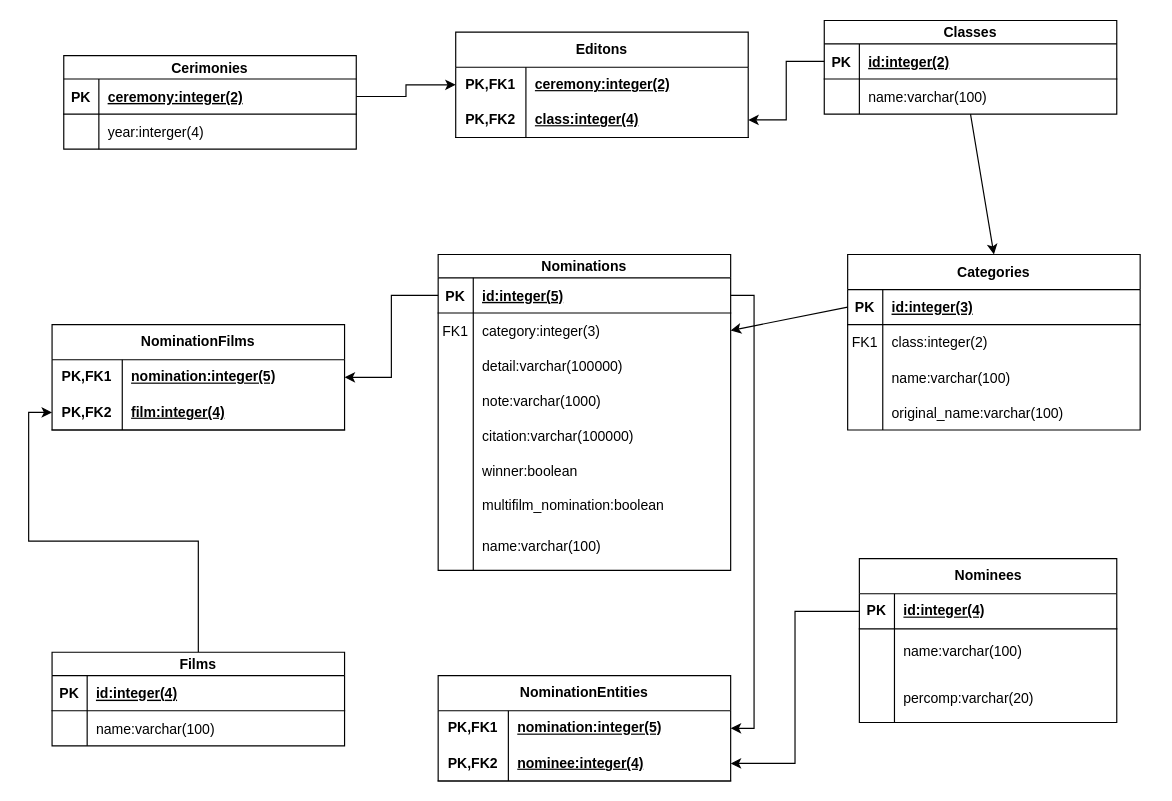
Earlier version of the draw.io diagram modelo_relacional_oscars.drawio (QuAleAcEna/PythonAppOscars). Source tidied: cells renumbered, new cells numbered last; positions are measured from the earlier drawing's top-left corner, leaving out a move shared by most shapes. Both pictures are drawn from the tidied source at 117%, with x=0, y=0 at pixel (51, 20).
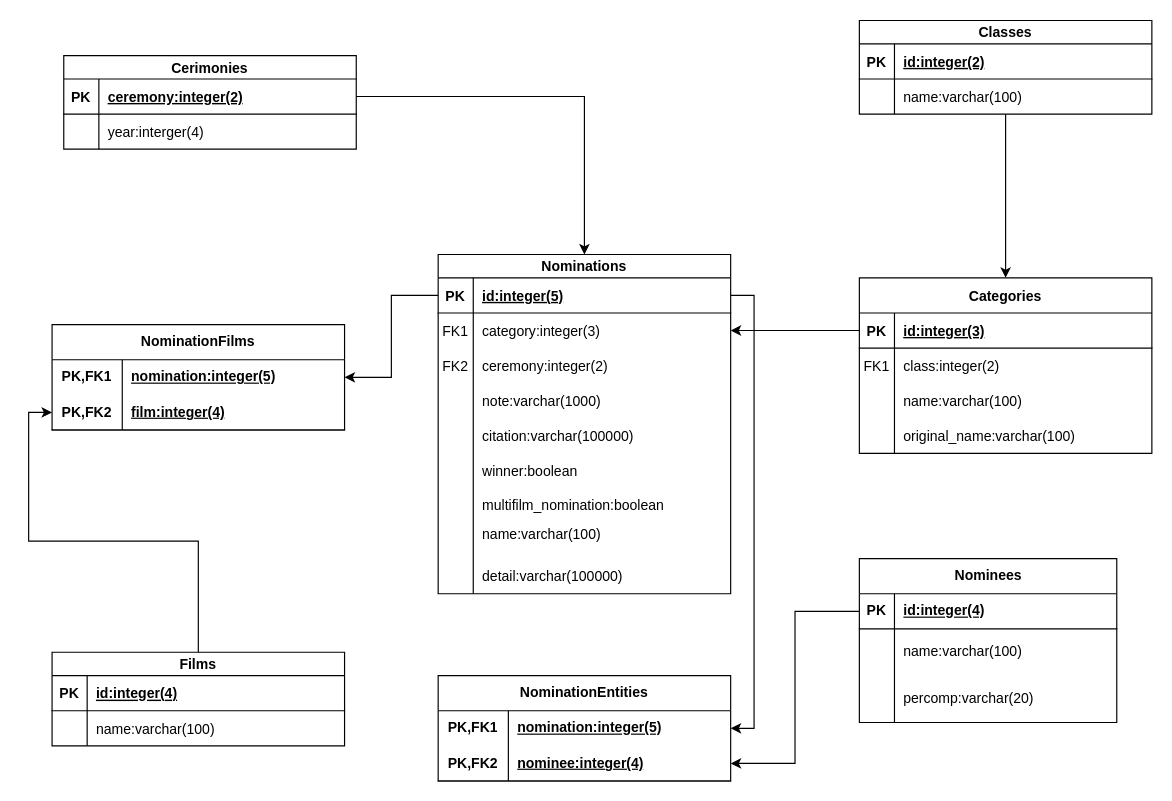
The same page after the edit.

Unchanged cells that the change refers to:
```xml
<mxCell id="3" style="shape=partialRectangle;fillColor=none;points=[[0,0.5],[1,0.5]];portConstraint=eastwest;top=0;left=0;right=0;bottom=1;" parent="2" vertex="1">
  <mxGeometry y="20" width="250" height="30" as="geometry" />
</mxCell>
<mxCell id="23" style="shape=partialRectangle;fillColor=none;points=[[0,0.5],[1,0.5]];portConstraint=eastwest;top=0;left=0;right=0;bottom=1;" parent="22" vertex="1">
  <mxGeometry y="20" width="250" height="30" as="geometry" />
</mxCell>
```

What changed in the source:
```diff
@@
     <mxCell id="2" value="Classes" style="shape=table;startSize=20;childLayout=tableLayout;rowLines=0;fontStyle=1;align=center;" parent="1" vertex="1">
-      <mxGeometry x="660" width="250" height="80" as="geometry" />
+      <mxGeometry x="690" width="250" height="80" as="geometry" />
     </mxCell>
@@
     <mxCell id="9" value="Categories" style="shape=table;startSize=30;childLayout=tableLayout;rowLines=0;fontStyle=1;align=center;" parent="1" vertex="1">
-      <mxGeometry x="680" y="200" width="250" height="150" as="geometry" />
+      <mxGeometry x="690" y="220" width="250" height="150" as="geometry" />
     </mxCell>
@@
     <mxCell id="36" value="Nominations" style="shape=table;startSize=20;childLayout=tableLayout;rowLines=0;fontStyle=1;align=center;swimlaneLine=1;" parent="1" vertex="1">
-      <mxGeometry x="330" y="200" width="250" height="270" as="geometry" />
+      <mxGeometry x="330" y="200" width="250" height="290" as="geometry" />
     </mxCell>
@@
     <mxCell id="43" value="detail:varchar(100000)" style="shape=partialRectangle;overflow=hidden;fillColor=none;top=0;left=0;bottom=0;right=0;align=left;spacingLeft=6;" parent="1" vertex="1">
-      <mxGeometry x="360" y="280" width="220" height="30" as="geometry" />
+      <mxGeometry x="360" y="460" width="220" height="30" as="geometry" />
     </mxCell>
@@
     <mxCell id="47" style="endArrow=none;html=1;rounded=0;" parent="1" edge="1">
       <mxGeometry relative="1" as="geometry">
-        <mxPoint x="360" y="470" as="sourcePoint" />
+        <mxPoint x="360" y="490" as="sourcePoint" />
         <mxPoint x="360" y="280" as="targetPoint" />
       </mxGeometry>
     </mxCell>
@@
     <mxCell id="72" value="name:varchar(100)" style="shape=partialRectangle;fillColor=none;top=0;left=0;bottom=0;right=0;align=left;spacingLeft=6;overflow=hidden;whiteSpace=wrap;html=1;" parent="1" vertex="1">
-      <mxGeometry x="360" y="430" width="190" height="40" as="geometry" />
+      <mxGeometry x="360" y="420" width="190" height="40" as="geometry" />
     </mxCell>
@@
-    <mxCell id="81" value="Editons" style="shape=table;startSize=30;childLayout=tableLayout;rowLines=0;fontStyle=1;align=center;html=1;whiteSpace=wrap;" parent="1" vertex="1">
-      <mxGeometry x="345" y="10" width="250" height="90" as="geometry" />
-    </mxCell>
-    <mxCell id="82" style="shape=tableRow;horizontal=0;startSize=0;swimlaneHead=0;swimlaneBody=0;fillColor=none;points=[[0,0.5],[1,0.5]];portConstraint=eastwest;top=0;left=0;right=0;bottom=0;html=1;" parent="81" vertex="1">
-      <mxGeometry y="30" width="250" height="30" as="geometry" />
-    </mxCell>
-    <mxCell id="83" value="PK,FK1" style="shape=partialRectangle;fillColor=none;top=0;left=0;bottom=0;right=0;fontStyle=1;overflow=hidden;html=1;whiteSpace=wrap;" parent="82" vertex="1">
-      <mxGeometry width="60" height="30" as="geometry" />
-    </mxCell>
+    <mxCell id="88" style="edgeStyle=orthogonalEdgeStyle;rounded=0;jettySize=auto;html=1;exitX=1;exitY=0.5;exitDx=0;exitDy=0;" parent="1" edge="1" source="23" target="36">
+      <mxGeometry relative="1" as="geometry" />
+    </mxCell>
+    <mxCell id="90" style="shape=partialRectangle;fillColor=none;top=0;left=0;right=0;bottom=0;" parent="1" vertex="1">
+      <mxGeometry x="330" y="280" width="250" height="30" as="geometry" />
+    </mxCell>
+    <mxCell id="91" value="FK2" style="shape=partialRectangle;overflow=hidden;fillColor=none;top=0;left=0;bottom=0;right=0;" parent="90" vertex="1">
+      <mxGeometry width="30" height="30" as="geometry" />
+    </mxCell>
-    <mxCell id="84" value="ceremony:integer(2)" style="shape=partialRectangle;fillColor=none;top=0;left=0;bottom=0;right=0;align=left;spacingLeft=6;fontStyle=5;overflow=hidden;html=1;whiteSpace=wrap;" parent="82" vertex="1">
-      <mxGeometry x="60" width="190" height="30" as="geometry" />
+    <mxCell id="84" value="ceremony:integer(2)" style="shape=partialRectangle;overflow=hidden;fillColor=none;top=0;left=0;bottom=0;right=0;align=left;spacingLeft=6;" parent="90" vertex="1">
+      <mxGeometry x="30" width="220" height="30" as="geometry" />
     </mxCell>
-    <mxCell id="85" style="shape=tableRow;horizontal=0;startSize=0;swimlaneHead=0;swimlaneBody=0;fillColor=none;points=[[0,0.5],[1,0.5]];portConstraint=eastwest;top=0;left=0;right=0;bottom=1;html=1;" parent="81" vertex="1">
-      <mxGeometry y="60" width="250" height="30" as="geometry" />
-    </mxCell>
-    <mxCell id="86" value="PK,FK2" style="shape=partialRectangle;fillColor=none;top=0;left=0;bottom=0;right=0;fontStyle=1;overflow=hidden;html=1;whiteSpace=wrap;" parent="85" vertex="1">
-      <mxGeometry width="60" height="30" as="geometry" />
-    </mxCell>
-    <mxCell id="87" value="class:integer(4)" style="shape=partialRectangle;fillColor=none;top=0;left=0;bottom=0;right=0;align=left;spacingLeft=6;fontStyle=5;overflow=hidden;html=1;whiteSpace=wrap;" parent="85" vertex="1">
-      <mxGeometry x="60" width="190" height="30" as="geometry" />
-    </mxCell>
-    <mxCell id="88" style="edgeStyle=orthogonalEdgeStyle;rounded=0;jettySize=auto;html=1;exitX=1;exitY=0.5;exitDx=0;exitDy=0;entryX=0;entryY=0.5;entryDx=0;entryDy=0;" parent="1" edge="1" source="23" target="82">
-      <mxGeometry relative="1" as="geometry" />
-    </mxCell>
-    <mxCell id="89" style="edgeStyle=orthogonalEdgeStyle;rounded=0;jettySize=auto;html=1;exitX=0;exitY=0.5;exitDx=0;exitDy=0;entryX=1;entryY=0.5;entryDx=0;entryDy=0;" parent="1" edge="1" source="3" target="85">
-      <mxGeometry relative="1" as="geometry" />
-    </mxCell>
```
